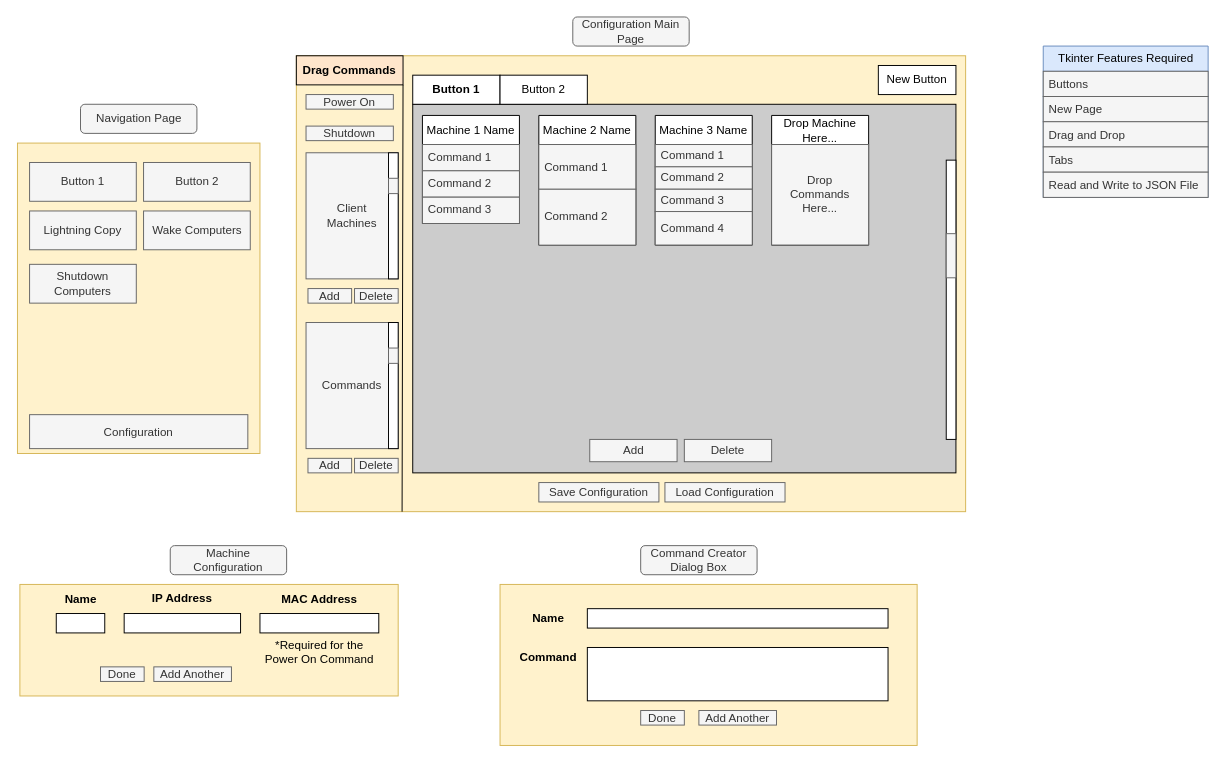
Earlier version of the draw.io diagram page "Main" (1 of 3) of GUI_DesignMap.drawio (MansourMohamedAli/GPS_UserInterface). Source tidied: cells renumbered, new cells numbered last; positions are measured from the earlier drawing's top-left corner, leaving out a move shared by most shapes. Both pictures are drawn from the tidied source at 97%, with x=0, y=0 at pixel (16, 16).
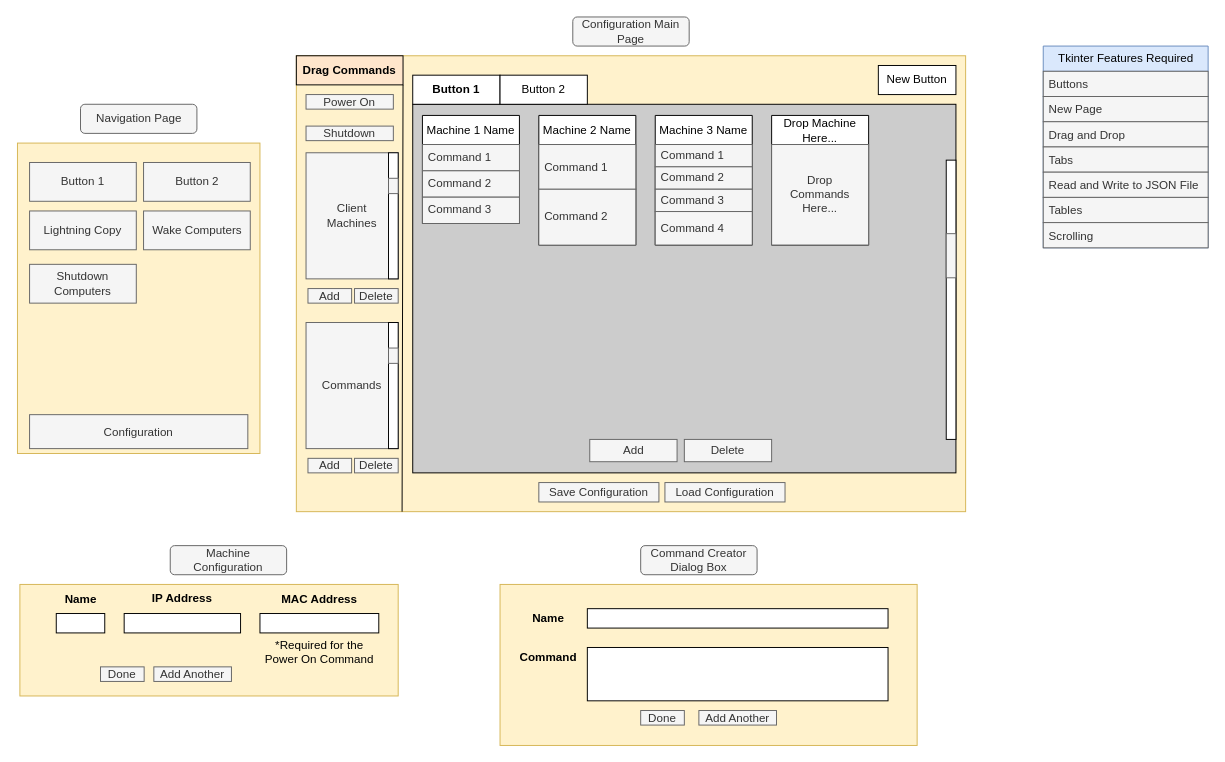
Above is the later version.

Commit message (it also covers changes not shown here):
Added Scrolling to design feature list created main and configuration page.

Change to the diagram source:
```diff
@@
     <mxCell id="73" value="Tkinter Features Required" style="swimlane;fontStyle=0;horizontal=1;startSize=26;fillColor=#dae8fc;html=1;strokeColor=#6c8ebf;" parent="1" vertex="1">
-      <mxGeometry x="1058" y="30" width="170" height="156" as="geometry" />
+      <mxGeometry x="1058" y="30" width="170" height="208" as="geometry" />
     </mxCell>
@@
+    <mxCell id="79" value="Tables" style="text;strokeColor=#666666;fillColor=#f5f5f5;align=left;verticalAlign=top;spacingLeft=4;spacingRight=4;overflow=hidden;whiteSpace=wrap;html=1;fontColor=#333333;" parent="73" vertex="1">
+      <mxGeometry y="156" width="170" height="26" as="geometry" />
+    </mxCell>
+    <mxCell id="80" value="Scrolling" style="text;strokeColor=#666666;fillColor=#f5f5f5;align=left;verticalAlign=top;spacingLeft=4;spacingRight=4;overflow=hidden;whiteSpace=wrap;html=1;fontColor=#333333;" parent="73" vertex="1">
+      <mxGeometry y="182" width="170" height="26" as="geometry" />
+    </mxCell>
```
